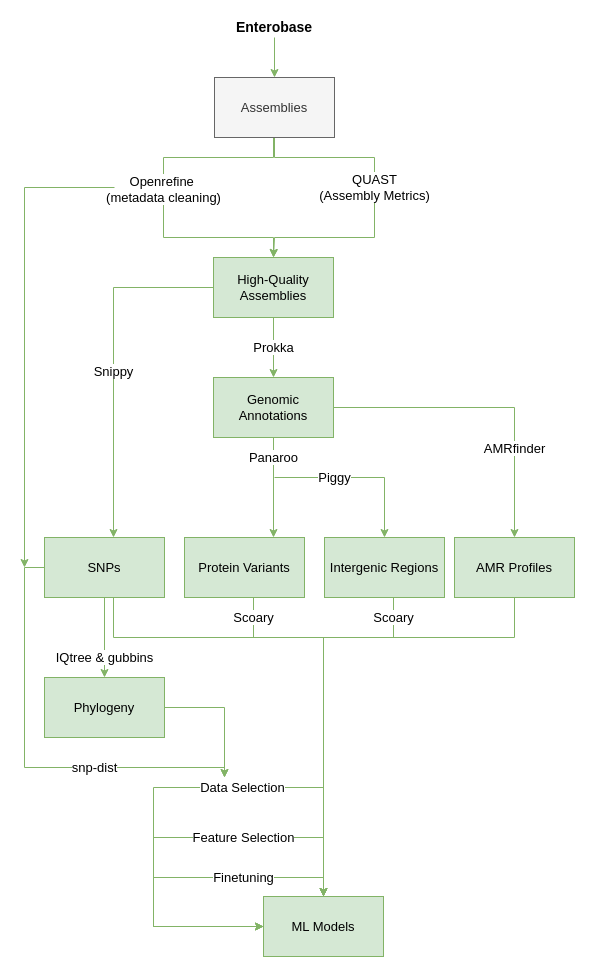
Before: page "build" (1 of 2) of data/pipeline_diagrams.drawio in Antonia-Chalka/stm_ml_pipeline, a draw.io diagram. Source tidied: cells renumbered, new cells numbered last; positions are measured from the earlier drawing's top-left corner, leaving out a move shared by most shapes. Both pictures are drawn from the tidied source at 100%, with x=0, y=0 at pixel (24, 17).
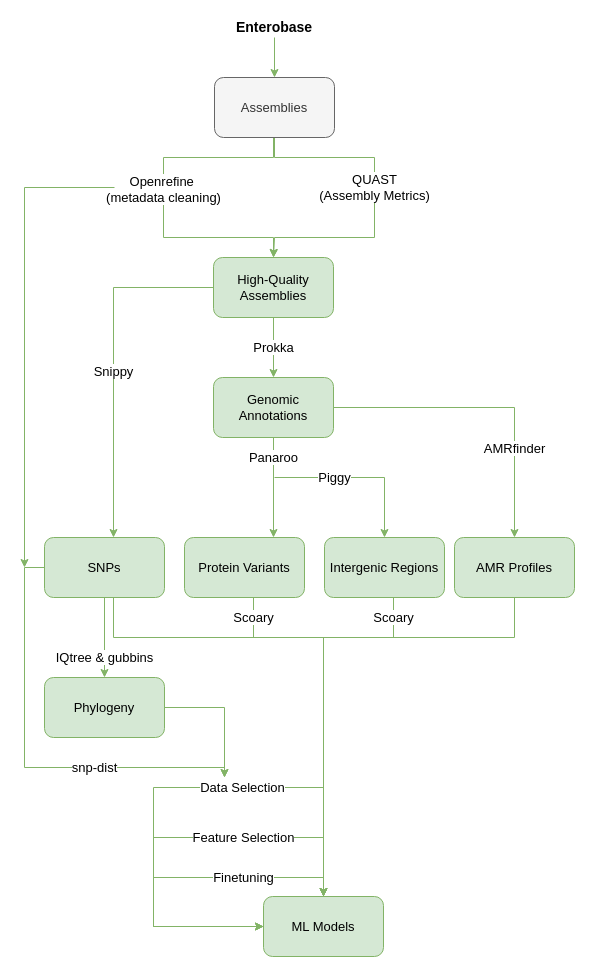
The same page after the edit.

Change to the diagram source:
```diff
@@
-    <mxCell id="4" value="&lt;font style=&quot;font-size: 13px&quot;&gt;Assemblies&lt;/font&gt;" style="rounded=0;whiteSpace=wrap;html=1;labelBackgroundColor=none;fillColor=#f5f5f5;strokeColor=#666666;fontColor=#333333;" parent="1" vertex="1">
+    <mxCell id="4" value="&lt;font style=&quot;font-size: 13px&quot;&gt;Assemblies&lt;/font&gt;" style="rounded=1;whiteSpace=wrap;html=1;labelBackgroundColor=none;fillColor=#f5f5f5;strokeColor=#666666;fontColor=#333333;" parent="1" vertex="1">
       <mxGeometry x="190" y="60" width="120" height="60" as="geometry" />
     </mxCell>
@@
-    <mxCell id="7" value="High-Quality Assemblies" style="rounded=0;whiteSpace=wrap;html=1;fontSize=13;horizontal=1;fillColor=#d5e8d4;strokeColor=#82b366;" parent="1" vertex="1">
+    <mxCell id="7" value="High-Quality Assemblies" style="rounded=1;whiteSpace=wrap;html=1;fontSize=13;horizontal=1;fillColor=#d5e8d4;strokeColor=#82b366;" parent="1" vertex="1">
       <mxGeometry x="189" y="240" width="120" height="60" as="geometry" />
     </mxCell>
@@
-    <mxCell id="11" value="&lt;div style=&quot;font-size: 13px;&quot;&gt;SNPs&lt;/div&gt;" style="rounded=0;whiteSpace=wrap;html=1;fontSize=13;horizontal=1;fillColor=#d5e8d4;strokeColor=#82b366;" parent="1" vertex="1">
+    <mxCell id="11" value="&lt;div style=&quot;font-size: 13px;&quot;&gt;SNPs&lt;/div&gt;" style="rounded=1;whiteSpace=wrap;html=1;fontSize=13;horizontal=1;fillColor=#d5e8d4;strokeColor=#82b366;" parent="1" vertex="1">
       <mxGeometry x="20" y="520" width="120" height="60" as="geometry" />
     </mxCell>
@@
-    <mxCell id="15" value="Genomic Annotations" style="rounded=0;whiteSpace=wrap;html=1;fontSize=13;horizontal=1;fillColor=#d5e8d4;strokeColor=#82b366;" parent="1" vertex="1">
+    <mxCell id="15" value="Genomic Annotations" style="rounded=1;whiteSpace=wrap;html=1;fontSize=13;horizontal=1;fillColor=#d5e8d4;strokeColor=#82b366;" parent="1" vertex="1">
       <mxGeometry x="189" y="360" width="120" height="60" as="geometry" />
     </mxCell>
@@
-    <mxCell id="17" value="Protein Variants" style="rounded=0;whiteSpace=wrap;html=1;fontSize=13;horizontal=1;fillColor=#d5e8d4;strokeColor=#82b366;" parent="1" vertex="1">
+    <mxCell id="17" value="Protein Variants" style="rounded=1;whiteSpace=wrap;html=1;fontSize=13;horizontal=1;fillColor=#d5e8d4;strokeColor=#82b366;" parent="1" vertex="1">
       <mxGeometry x="160" y="520" width="120" height="60" as="geometry" />
     </mxCell>
-    <mxCell id="18" value="ML Models" style="rounded=0;whiteSpace=wrap;html=1;fontSize=13;horizontal=1;fillColor=#d5e8d4;strokeColor=#82b366;" parent="1" vertex="1">
+    <mxCell id="18" value="ML Models" style="rounded=1;whiteSpace=wrap;html=1;fontSize=13;horizontal=1;fillColor=#d5e8d4;strokeColor=#82b366;" parent="1" vertex="1">
       <mxGeometry x="239" y="879" width="120" height="60" as="geometry" />
     </mxCell>
@@
-    <mxCell id="22" value="AMR Profiles" style="rounded=0;whiteSpace=wrap;html=1;fontSize=13;horizontal=1;fillColor=#d5e8d4;strokeColor=#82b366;" parent="1" vertex="1">
+    <mxCell id="22" value="AMR Profiles" style="rounded=1;whiteSpace=wrap;html=1;fontSize=13;horizontal=1;fillColor=#d5e8d4;strokeColor=#82b366;" parent="1" vertex="1">
       <mxGeometry x="430" y="520" width="120" height="60" as="geometry" />
     </mxCell>
@@
-    <mxCell id="24" value="&lt;font style=&quot;font-size: 13px&quot;&gt;Intergenic Regions&lt;/font&gt;" style="rounded=0;whiteSpace=wrap;html=1;fillColor=#d5e8d4;strokeColor=#82b366;" parent="1" vertex="1">
+    <mxCell id="24" value="&lt;font style=&quot;font-size: 13px&quot;&gt;Intergenic Regions&lt;/font&gt;" style="rounded=1;whiteSpace=wrap;html=1;fillColor=#d5e8d4;strokeColor=#82b366;" parent="1" vertex="1">
       <mxGeometry x="300" y="520" width="120" height="60" as="geometry" />
     </mxCell>
@@
-    <mxCell id="26" value="&lt;font style=&quot;font-size: 13px&quot;&gt;Phylogeny&lt;/font&gt;" style="rounded=0;whiteSpace=wrap;html=1;fillColor=#d5e8d4;strokeColor=#82b366;" parent="1" vertex="1">
+    <mxCell id="26" value="&lt;font style=&quot;font-size: 13px&quot;&gt;Phylogeny&lt;/font&gt;" style="rounded=1;whiteSpace=wrap;html=1;fillColor=#d5e8d4;strokeColor=#82b366;" parent="1" vertex="1">
       <mxGeometry x="20" y="660" width="120" height="60" as="geometry" />
     </mxCell>
```
